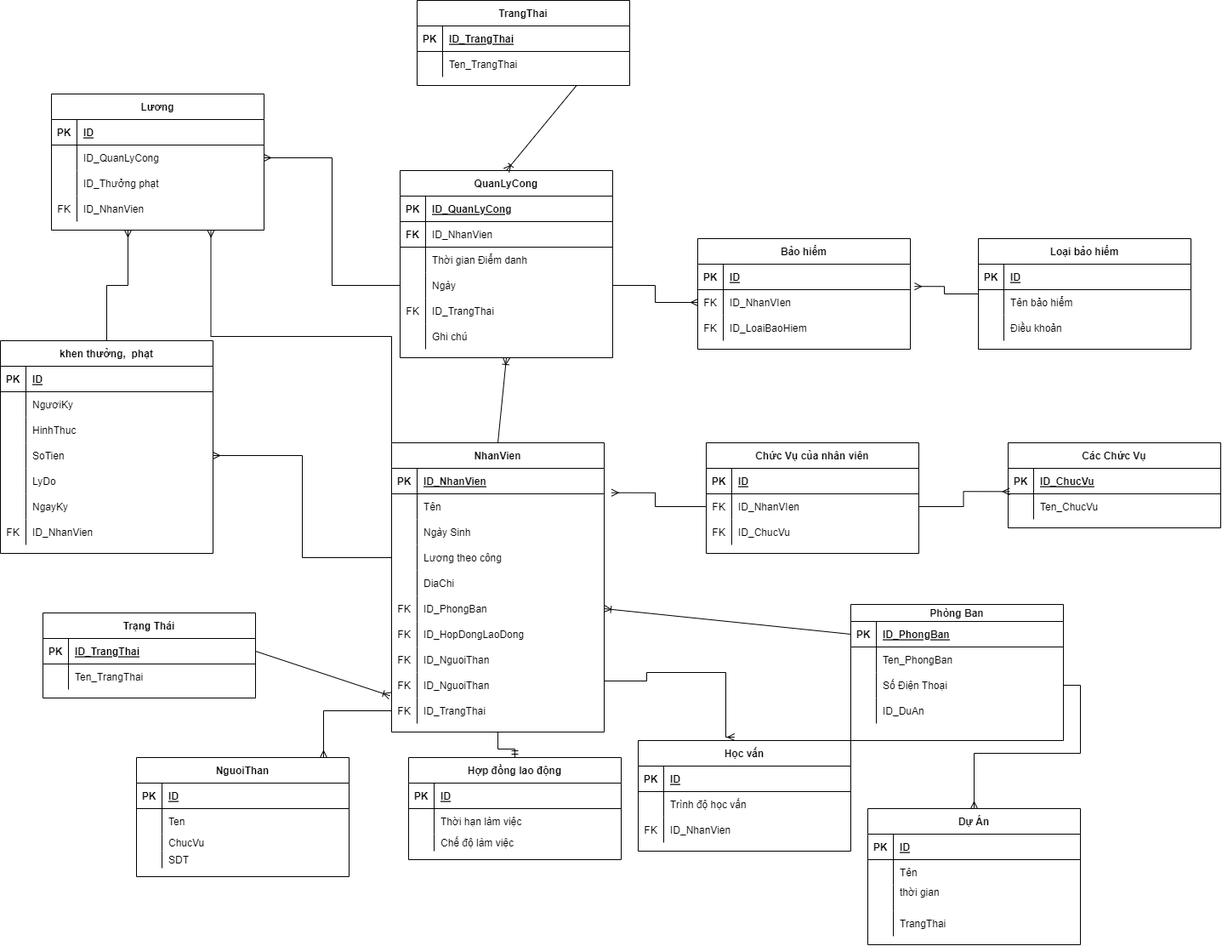
This is buoi3/baitapthem/Nhom1_PhongNhanSu.drawio.png from khangtranbc123/VMG, a draw.io export, as it was before one commit. Source tidied: cells renumbered, new cells last; positions are measured from the earlier drawing's top-left corner, leaving out a move shared by most shapes.
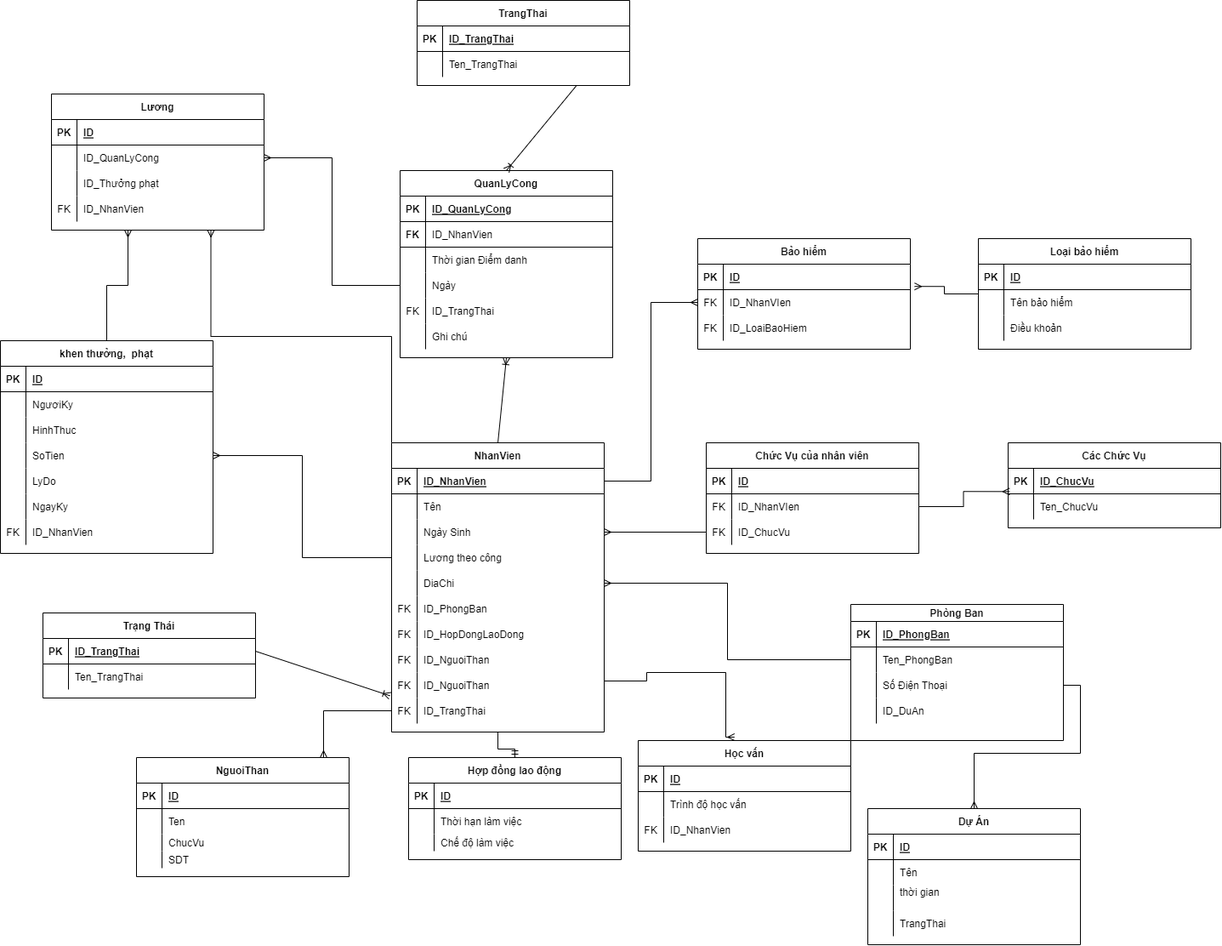
The same file after the commit.

Diff of the diagram source:
```diff
@@ -185,11 +185,6 @@
     <mxCell id="62" style="endArrow=ERoneToMany;html=1;rounded=0;entryX=-0.008;entryY=-0.089;entryDx=0;entryDy=0;exitX=1;exitY=0.5;exitDx=0;exitDy=0;startArrow=none;startFill=0;endFill=0;entryPerimeter=0;" parent="1" edge="1" source="56" target="52">
       <mxGeometry relative="1" as="geometry" />
     </mxCell>
-    <mxCell id="63" style="endArrow=ERoneToMany;html=1;rounded=0;exitX=0;exitY=0.5;exitDx=0;exitDy=0;startArrow=none;startFill=0;endFill=0;entryX=1;entryY=0.5;entryDx=0;entryDy=0;" parent="1" edge="1" source="10">
-      <mxGeometry relative="1" as="geometry">
-        <mxPoint x="710" y="715" as="targetPoint" />
-      </mxGeometry>
-    </mxCell>
     <mxCell id="64" value="QuanLyCong" style="shape=table;startSize=30;rowLines=0;fontStyle=1;align=center;" parent="1" vertex="1">
       <mxGeometry x="470" y="200" width="250" height="220" as="geometry" />
     </mxCell>
@@ -307,9 +302,6 @@
     <mxCell id="102" style="edgeStyle=orthogonalEdgeStyle;rounded=0;jettySize=auto;html=1;entryX=0.007;entryY=-0.089;entryDx=0;entryDy=0;entryPerimeter=0;endArrow=ERmany;endFill=0;" parent="1" edge="1" source="96" target="6">
       <mxGeometry relative="1" as="geometry" />
     </mxCell>
-    <mxCell id="103" style="edgeStyle=orthogonalEdgeStyle;rounded=0;jettySize=auto;html=1;entryX=1.035;entryY=-0.044;entryDx=0;entryDy=0;entryPerimeter=0;endArrow=ERmany;endFill=0;" parent="1" edge="1" source="96" target="28">
-      <mxGeometry relative="1" as="geometry" />
-    </mxCell>
     <mxCell id="104" value="Dự Án" style="shape=table;startSize=30;rowLines=0;fontStyle=1;align=center;" parent="1" vertex="1">
       <mxGeometry x="1020" y="950" width="250" height="160" as="geometry" />
     </mxCell>
@@ -643,8 +635,14 @@
     <mxCell id="211" value="Điều khoản" style="shape=partialRectangle;overflow=hidden;fillColor=none;top=0;left=0;bottom=0;right=0;align=left;spacingLeft=6;" parent="209" vertex="1">
       <mxGeometry x="30" width="220" height="30" as="geometry" />
     </mxCell>
-    <mxCell id="212" style="edgeStyle=orthogonalEdgeStyle;rounded=0;jettySize=auto;html=1;entryX=0;entryY=0.5;entryDx=0;entryDy=0;endArrow=ERmany;endFill=0;" parent="1" edge="1" source="74" target="195">
+    <mxCell id="212" style="edgeStyle=orthogonalEdgeStyle;rounded=0;jettySize=auto;html=1;entryX=0;entryY=0.5;entryDx=0;entryDy=0;endArrow=ERmany;endFill=0;exitX=1;exitY=0.5;exitDx=0;exitDy=0;" parent="1" edge="1" source="25" target="195">
       <mxGeometry relative="1" as="geometry" />
     </mxCell>
+    <mxCell id="213" style="edgeStyle=orthogonalEdgeStyle;rounded=0;jettySize=auto;html=1;entryX=1;entryY=0.5;entryDx=0;entryDy=0;endArrow=ERmany;endFill=0;" parent="1" edge="1" source="13" target="37">
+      <mxGeometry relative="1" as="geometry" />
+    </mxCell>
+    <mxCell id="214" style="edgeStyle=orthogonalEdgeStyle;rounded=0;jettySize=auto;html=1;entryX=1;entryY=0.5;entryDx=0;entryDy=0;endArrow=ERmany;endFill=0;" parent="1" edge="1" source="99" target="31">
+      <mxGeometry relative="1" as="geometry" />
+    </mxCell>
   </root>
 </mxGraphModel>
```
